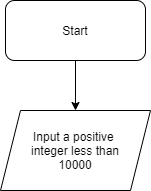
Before: Lessons/Unit4/third.drawio.png, a diagram exported from draw.io (PPMAN123/ICS2D1). Source tidied: cells renumbered, new cells last; positions are measured from the earlier drawing's top-left corner, leaving out a move shared by most shapes.
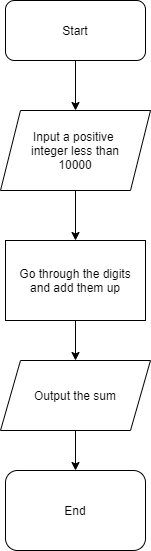
The same diagram one commit later.

Diff of the diagram source:
```diff
@@ -8,8 +8,26 @@
     <mxCell id="3" value="Start" style="rounded=1;whiteSpace=wrap;html=1;" parent="1" vertex="1">
       <mxGeometry x="5" width="140" height="60" as="geometry" />
     </mxCell>
+    <mxCell id="5" style="edgeStyle=orthogonalEdgeStyle;rounded=0;jettySize=auto;html=1;" parent="1" edge="1" source="4" target="7">
+      <mxGeometry relative="1" as="geometry" />
+    </mxCell>
     <mxCell id="4" value="Input a positive&amp;nbsp;&lt;br&gt;integer less than&lt;br&gt;10000" style="shape=parallelogram;perimeter=parallelogramPerimeter;whiteSpace=wrap;html=1;fixedSize=1;" parent="1" vertex="1">
       <mxGeometry y="110" width="150" height="80" as="geometry" />
     </mxCell>
+    <mxCell id="6" style="edgeStyle=orthogonalEdgeStyle;rounded=0;jettySize=auto;html=1;" parent="1" edge="1" source="7" target="9">
+      <mxGeometry relative="1" as="geometry" />
+    </mxCell>
+    <mxCell id="7" value="Go through the digits&lt;br&gt;and add them up" style="rounded=0;whiteSpace=wrap;html=1;" parent="1" vertex="1">
+      <mxGeometry x="5" y="240" width="140" height="80" as="geometry" />
+    </mxCell>
+    <mxCell id="8" style="edgeStyle=orthogonalEdgeStyle;rounded=0;jettySize=auto;html=1;" parent="1" edge="1" source="9" target="10">
+      <mxGeometry relative="1" as="geometry" />
+    </mxCell>
+    <mxCell id="9" value="Output the sum" style="shape=parallelogram;perimeter=parallelogramPerimeter;whiteSpace=wrap;html=1;fixedSize=1;" parent="1" vertex="1">
+      <mxGeometry y="360" width="150" height="70" as="geometry" />
+    </mxCell>
+    <mxCell id="10" value="End" style="rounded=1;whiteSpace=wrap;html=1;" parent="1" vertex="1">
+      <mxGeometry x="5" y="470" width="140" height="80" as="geometry" />
+    </mxCell>
   </root>
 </mxGraphModel>
```
